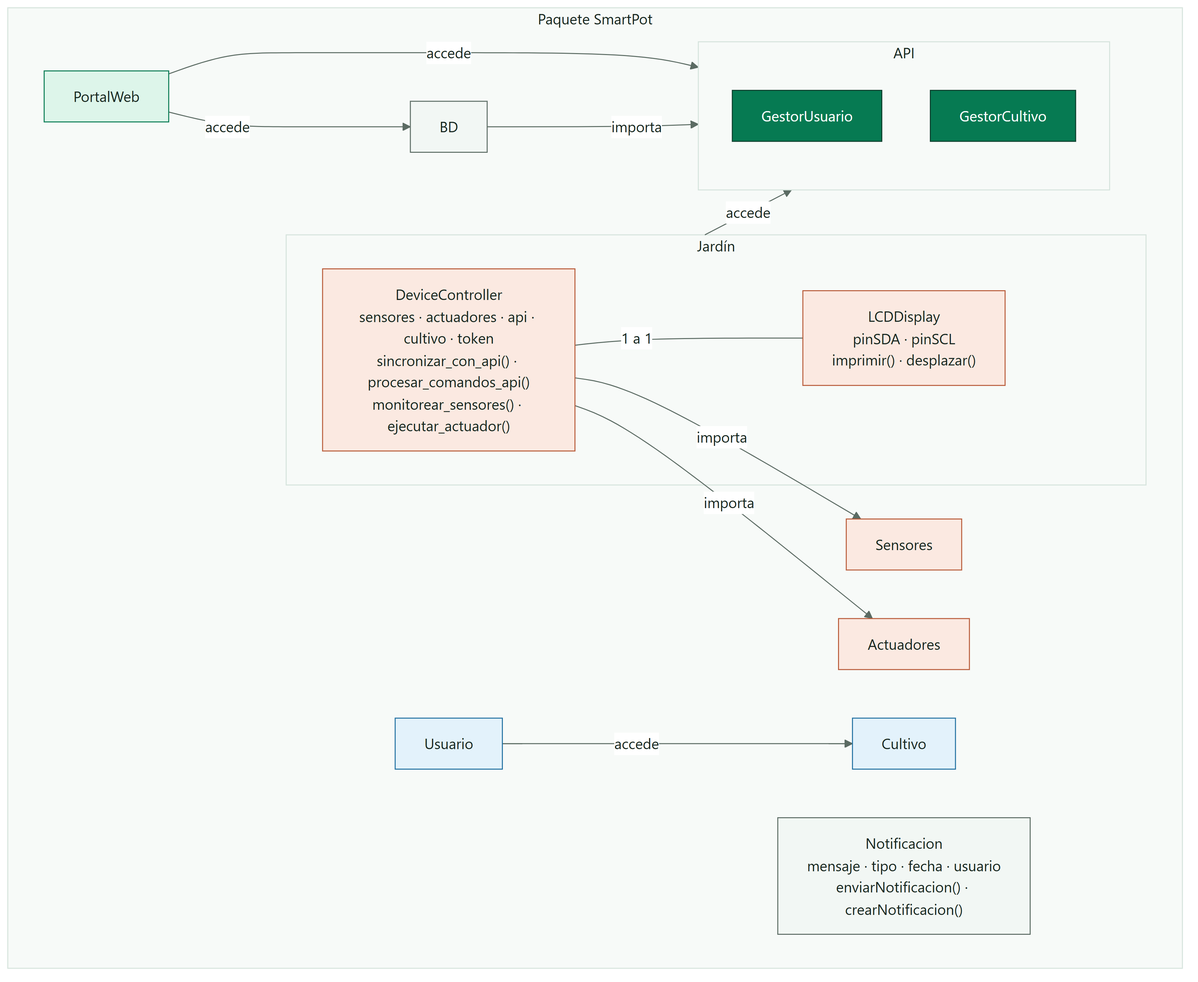
Above: docs/diagrams/SmartPot_40_Original_Packages.png in SmartPotTech/.github (Mermaid), before the change. Its source is kept beside it as docs/diagrams/SmartPot_40_Original_Packages.mmd. Source of this version:
```mermaid
%%{init: {"theme": "base", "fontFamily": "Segoe UI, Arial, sans-serif", "themeVariables": {"fontFamily": "Segoe UI, Arial, sans-serif", "fontSize": "15px", "primaryColor": "#DDF5EA", "primaryTextColor": "#17261F", "primaryBorderColor": "#067A52", "secondaryColor": "#E3F2FB", "secondaryTextColor": "#17261F", "secondaryBorderColor": "#1F6FA0", "tertiaryColor": "#F2F7F4", "tertiaryTextColor": "#17261F", "tertiaryBorderColor": "#D5E3DC", "lineColor": "#5B6B63", "textColor": "#17261F", "mainBkg": "#DDF5EA", "nodeBorder": "#067A52", "clusterBkg": "#F7FAF8", "clusterBorder": "#D5E3DC", "edgeLabelBackground": "#FFFFFF", "actorBkg": "#067A52", "actorBorder": "#0B3D2B", "actorTextColor": "#FFFFFF", "actorLineColor": "#5B6B63", "signalColor": "#17261F", "signalTextColor": "#17261F", "labelBoxBkgColor": "#0B3D2B", "labelBoxBorderColor": "#0B3D2B", "labelTextColor": "#FFFFFF", "loopTextColor": "#0B3D2B", "noteBkgColor": "#FDF4DD", "noteBorderColor": "#C98D12", "noteTextColor": "#17261F", "activationBkgColor": "#DDF5EA", "activationBorderColor": "#067A52", "attributeBackgroundColorOdd": "#FFFFFF", "attributeBackgroundColorEven": "#F2F7F4"}}}%%
flowchart LR
  subgraph smartpot["Paquete SmartPot"]
    direction LR
    subgraph jardin["Jardín"]
      direction TB
      dc["DeviceController<br/>sensores · actuadores · api · cultivo · token<br/>sincronizar_con_api() · procesar_comandos_api()<br/>monitorear_sensores() · ejecutar_actuador()"]
      lcd["LCDDisplay<br/>pinSDA · pinSCL<br/>imprimir() · desplazar()"]
    end
    sensores["Sensores"]
    actuadores["Actuadores"]
    subgraph api["API"]
      direction TB
      usuarios["GestorUsuario"]
      cultivos["GestorCultivo"]
    end
    portal["PortalWeb"]
    bd["BD"]
    usuario["Usuario"]
    cultivo["Cultivo"]
    notificacion["Notificacion<br/>mensaje · tipo · fecha · usuario<br/>enviarNotificacion() · crearNotificacion()"]
  end
  dc -->|"importa"| sensores
  dc -->|"importa"| actuadores
  jardin -->|"accede"| api
  dc ---|"1 a 1"| lcd
  portal -->|"accede"| api
  portal -->|"accede"| bd
  bd -->|"importa"| api
  usuario -->|"accede"| cultivo
  classDef leaf fill:#DDF5EA,stroke:#067A52,color:#17261F
  classDef water fill:#E3F2FB,stroke:#1F6FA0,color:#17261F
  classDef sun fill:#FDF4DD,stroke:#C98D12,color:#17261F
  classDef clay fill:#FBE9E1,stroke:#B85A38,color:#17261F
  classDef core fill:#067A52,stroke:#0B3D2B,color:#FFFFFF
  classDef deep fill:#0B3D2B,stroke:#06281C,color:#FFFFFF
  classDef muted fill:#F2F7F4,stroke:#5B6B63,color:#17261F
  class dc,lcd clay
  class sensores,actuadores clay
  class usuarios,cultivos core
  class portal leaf
  class bd,notificacion muted
  class usuario,cultivo water
```
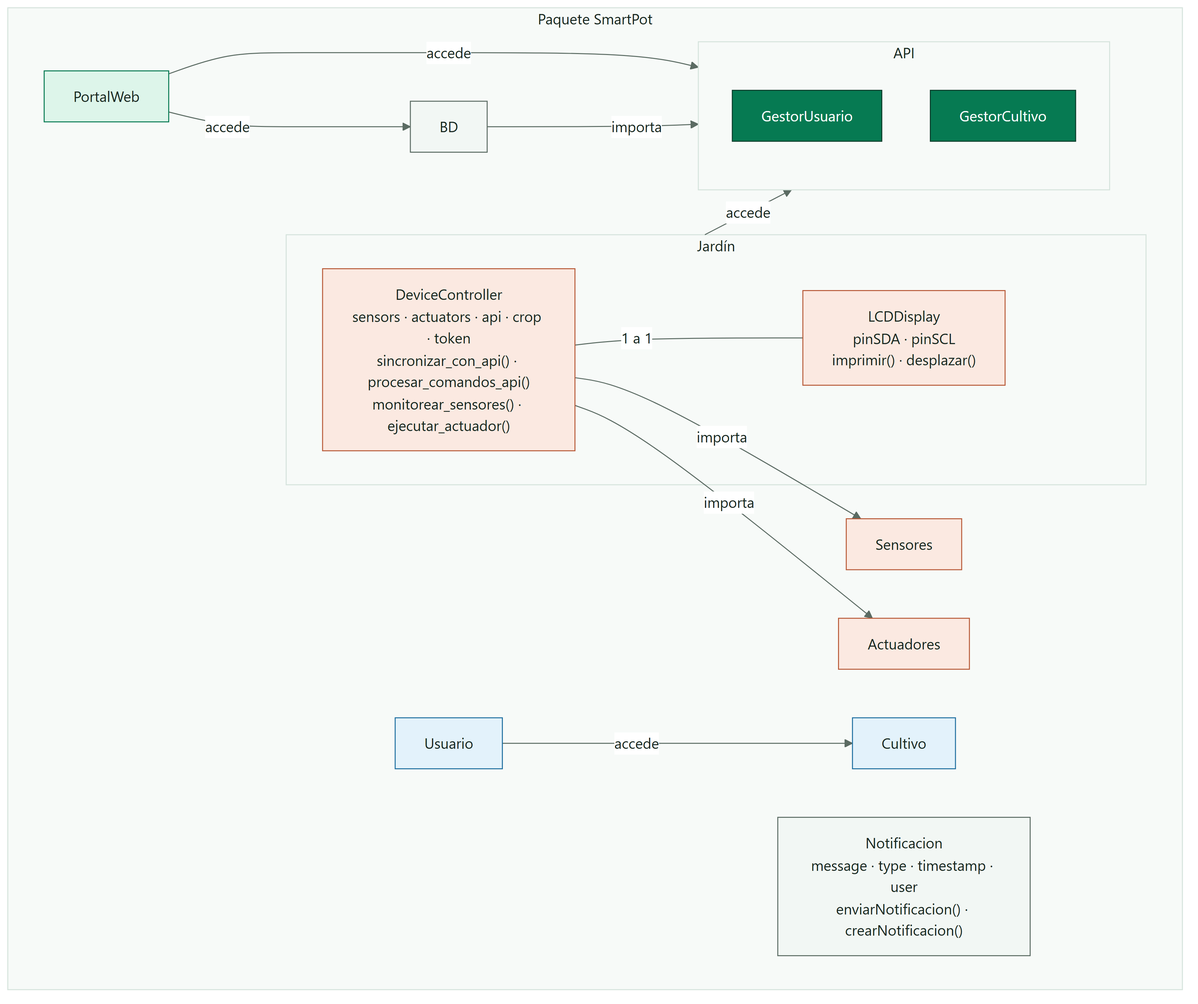
Above is the later version.

What changed in the source:
```diff
@@ -4,7 +4,7 @@
     direction LR
     subgraph jardin["Jardín"]
       direction TB
-      dc["DeviceController<br/>sensores · actuadores · api · cultivo · token<br/>sincronizar_con_api() · procesar_comandos_api()<br/>monitorear_sensores() · ejecutar_actuador()"]
+      dc["DeviceController<br/>sensors · actuators · api · crop · token<br/>sincronizar_con_api() · procesar_comandos_api()<br/>monitorear_sensores() · ejecutar_actuador()"]
       lcd["LCDDisplay<br/>pinSDA · pinSCL<br/>imprimir() · desplazar()"]
     end
     sensores["Sensores"]
@@ -18,7 +18,7 @@
     bd["BD"]
     usuario["Usuario"]
     cultivo["Cultivo"]
-    notificacion["Notificacion<br/>mensaje · tipo · fecha · usuario<br/>enviarNotificacion() · crearNotificacion()"]
+    notificacion["Notificacion<br/>message · type · timestamp · user<br/>enviarNotificacion() · crearNotificacion()"]
   end
   dc -->|"importa"| sensores
   dc -->|"importa"| actuadores
```
